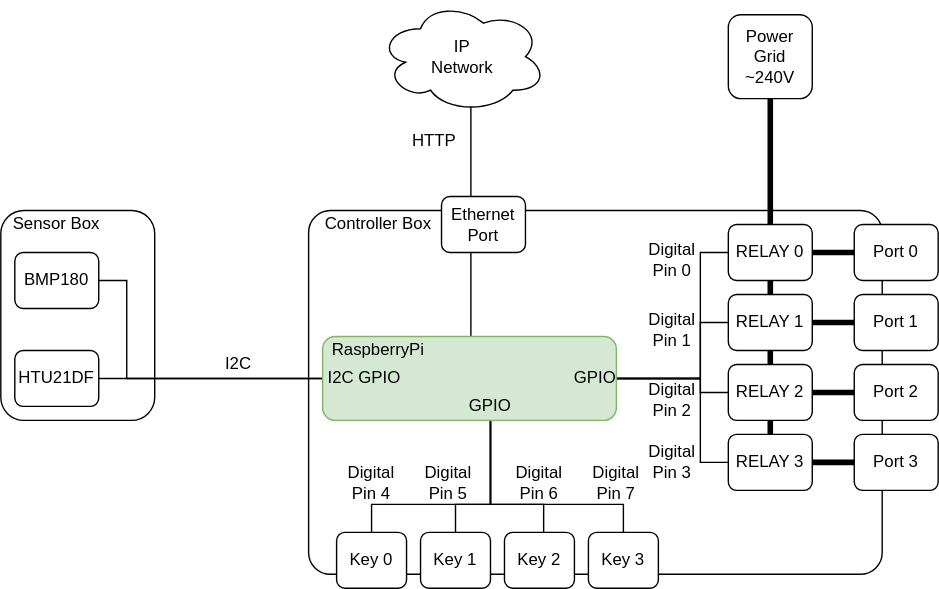
jveverka/rpi-projects keeps this draw.io diagram as rpi-powercontroller/docs/rpi-powercontroller-hardware-architecture.svg. Above is the earlier version. Source tidied: cells renumbered, new cells last; positions are measured from the earlier drawing's top-left corner, leaving out a move shared by most shapes.
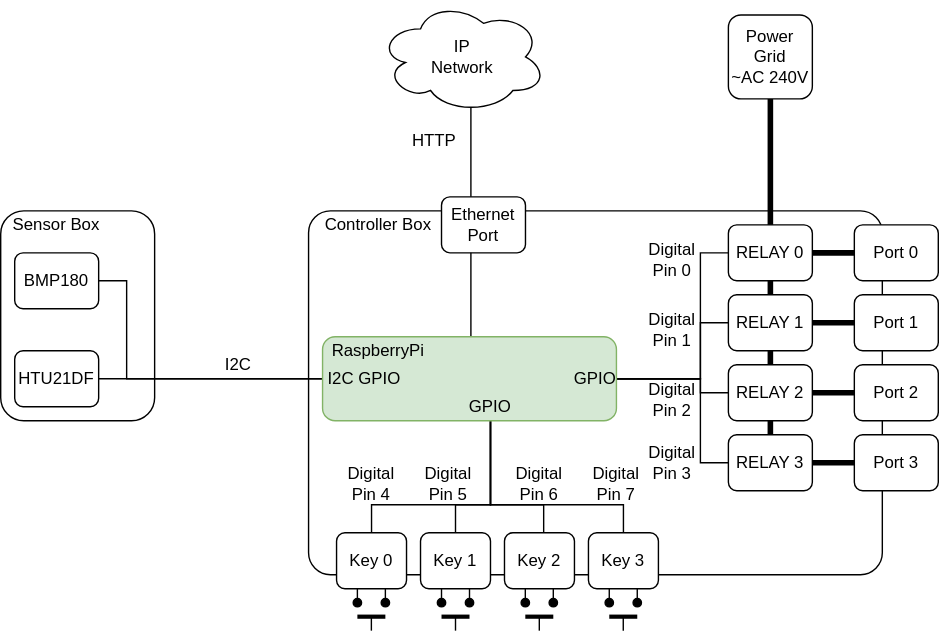
After the commit.

The edit, as a diff of the source:
```diff
@@ -154,7 +154,7 @@
     <mxCell id="35" style="edgeStyle=orthogonalEdgeStyle;rounded=0;jettySize=auto;html=1;entryX=0.5;entryY=0;entryDx=0;entryDy=0;endArrow=none;endFill=0;strokeWidth=4;" parent="1" edge="1" source="36" target="26">
       <mxGeometry relative="1" as="geometry" />
     </mxCell>
-    <mxCell id="36" value="Power&lt;br&gt;Grid &lt;br&gt;~240V" style="rounded=1;whiteSpace=wrap;html=1;" parent="1" vertex="1">
+    <mxCell id="36" value="Power&lt;br&gt;Grid &lt;br&gt;~AC 240V" style="rounded=1;whiteSpace=wrap;html=1;" parent="1" vertex="1">
       <mxGeometry x="520" y="10" width="60" height="60" as="geometry" />
     </mxCell>
     <mxCell id="37" value="Digital&lt;br&gt;Pin 0" style="text;html=1;strokeColor=none;fillColor=none;align=center;verticalAlign=middle;whiteSpace=wrap;rounded=0;" parent="1" vertex="1">
@@ -217,5 +217,101 @@
     <mxCell id="56" value="GPIO" style="text;html=1;strokeColor=none;fillColor=none;align=center;verticalAlign=middle;whiteSpace=wrap;rounded=0;" parent="1" vertex="1">
       <mxGeometry x="410" y="260" width="30" height="20" as="geometry" />
     </mxCell>
+    <mxCell id="57" style="endArrow=oval;html=1;endFill=1;" parent="1" edge="1">
+      <mxGeometry relative="1" as="geometry">
+        <mxPoint x="254.9" y="420" as="sourcePoint" />
+        <mxPoint x="254.9" y="430" as="targetPoint" />
+      </mxGeometry>
+    </mxCell>
+    <mxCell id="58" style="endArrow=oval;html=1;endFill=1;" parent="1" edge="1">
+      <mxGeometry relative="1" as="geometry">
+        <mxPoint x="274.9" y="420" as="sourcePoint" />
+        <mxPoint x="274.9" y="430" as="targetPoint" />
+      </mxGeometry>
+    </mxCell>
+    <mxCell id="59" style="endArrow=none;html=1;strokeWidth=3;" parent="1" edge="1">
+      <mxGeometry relative="1" as="geometry">
+        <mxPoint x="254.9" y="440" as="sourcePoint" />
+        <mxPoint x="274.9" y="440" as="targetPoint" />
+      </mxGeometry>
+    </mxCell>
+    <mxCell id="60" style="endArrow=none;html=1;strokeWidth=1;" parent="1" edge="1">
+      <mxGeometry relative="1" as="geometry">
+        <mxPoint x="264.9" y="440" as="sourcePoint" />
+        <mxPoint x="264.9" y="450" as="targetPoint" />
+      </mxGeometry>
+    </mxCell>
+    <mxCell id="61" style="endArrow=oval;html=1;endFill=1;" parent="1" edge="1">
+      <mxGeometry relative="1" as="geometry">
+        <mxPoint x="315" y="420" as="sourcePoint" />
+        <mxPoint x="315" y="430" as="targetPoint" />
+      </mxGeometry>
+    </mxCell>
+    <mxCell id="62" style="endArrow=oval;html=1;endFill=1;" parent="1" edge="1">
+      <mxGeometry relative="1" as="geometry">
+        <mxPoint x="335" y="420" as="sourcePoint" />
+        <mxPoint x="335" y="430" as="targetPoint" />
+      </mxGeometry>
+    </mxCell>
+    <mxCell id="63" style="endArrow=none;html=1;strokeWidth=3;" parent="1" edge="1">
+      <mxGeometry relative="1" as="geometry">
+        <mxPoint x="315" y="440" as="sourcePoint" />
+        <mxPoint x="335" y="440" as="targetPoint" />
+      </mxGeometry>
+    </mxCell>
+    <mxCell id="64" style="endArrow=none;html=1;strokeWidth=1;" parent="1" edge="1">
+      <mxGeometry relative="1" as="geometry">
+        <mxPoint x="325" y="440" as="sourcePoint" />
+        <mxPoint x="325" y="450" as="targetPoint" />
+      </mxGeometry>
+    </mxCell>
+    <mxCell id="65" style="endArrow=oval;html=1;endFill=1;" parent="1" edge="1">
+      <mxGeometry relative="1" as="geometry">
+        <mxPoint x="374.9" y="420" as="sourcePoint" />
+        <mxPoint x="374.9" y="430" as="targetPoint" />
+      </mxGeometry>
+    </mxCell>
+    <mxCell id="66" style="endArrow=oval;html=1;endFill=1;" parent="1" edge="1">
+      <mxGeometry relative="1" as="geometry">
+        <mxPoint x="394.9" y="420" as="sourcePoint" />
+        <mxPoint x="394.9" y="430" as="targetPoint" />
+      </mxGeometry>
+    </mxCell>
+    <mxCell id="67" style="endArrow=none;html=1;strokeWidth=3;" parent="1" edge="1">
+      <mxGeometry relative="1" as="geometry">
+        <mxPoint x="374.9" y="440" as="sourcePoint" />
+        <mxPoint x="394.9" y="440" as="targetPoint" />
+      </mxGeometry>
+    </mxCell>
+    <mxCell id="68" style="endArrow=none;html=1;strokeWidth=1;" parent="1" edge="1">
+      <mxGeometry relative="1" as="geometry">
+        <mxPoint x="384.9" y="440" as="sourcePoint" />
+        <mxPoint x="384.9" y="450" as="targetPoint" />
+      </mxGeometry>
+    </mxCell>
+    <mxCell id="69" style="endArrow=oval;html=1;endFill=1;" parent="1" edge="1">
+      <mxGeometry relative="1" as="geometry">
+        <mxPoint x="434.9" y="420" as="sourcePoint" />
+        <mxPoint x="434.9" y="430" as="targetPoint" />
+      </mxGeometry>
+    </mxCell>
+    <mxCell id="70" style="endArrow=oval;html=1;endFill=1;" parent="1" edge="1">
+      <mxGeometry relative="1" as="geometry">
+        <mxPoint x="454.9" y="420" as="sourcePoint" />
+        <mxPoint x="454.9" y="430" as="targetPoint" />
+      </mxGeometry>
+    </mxCell>
+    <mxCell id="71" style="endArrow=none;html=1;strokeWidth=3;" parent="1" edge="1">
+      <mxGeometry relative="1" as="geometry">
+        <mxPoint x="434.9" y="440" as="sourcePoint" />
+        <mxPoint x="454.9" y="440" as="targetPoint" />
+      </mxGeometry>
+    </mxCell>
+    <mxCell id="72" style="endArrow=none;html=1;strokeWidth=1;" parent="1" edge="1">
+      <mxGeometry relative="1" as="geometry">
+        <mxPoint x="444.9" y="440" as="sourcePoint" />
+        <mxPoint x="444.9" y="450" as="targetPoint" />
+      </mxGeometry>
+    </mxCell>
   </root>
 </mxGraphModel>
```
